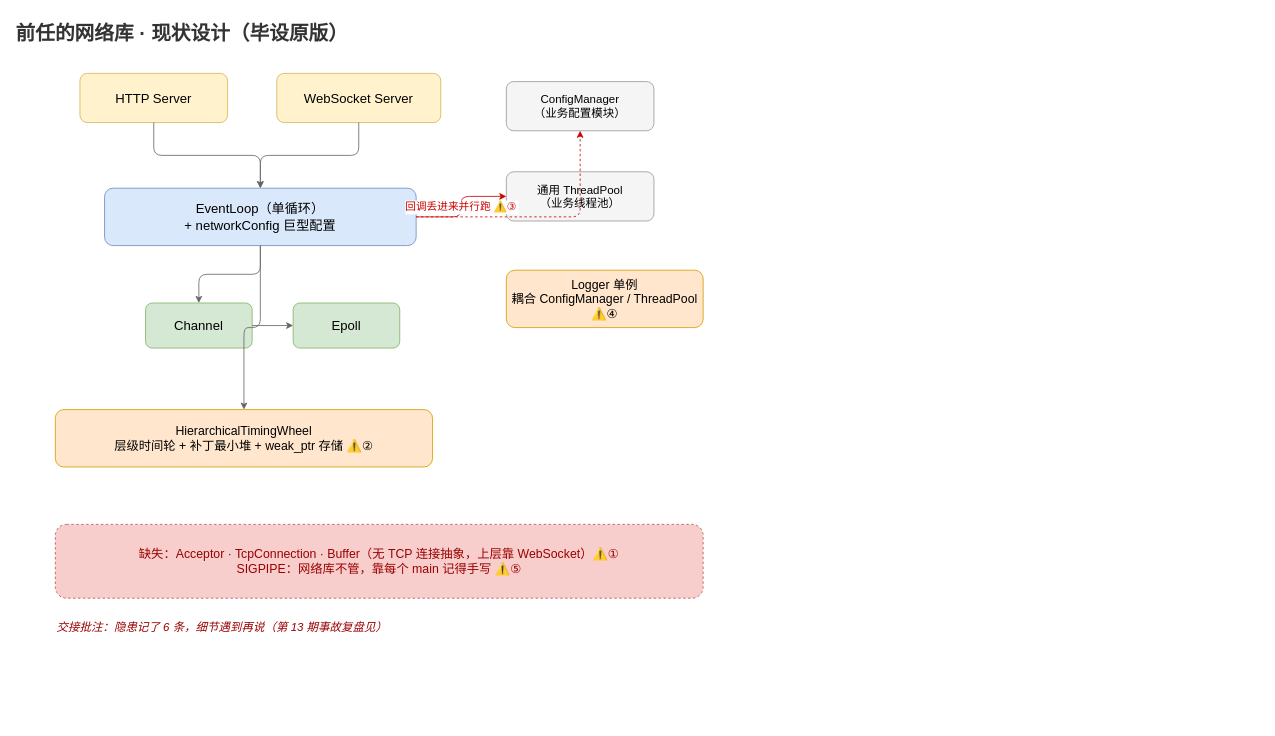
This is docs/episodes/ep01/current_design.drawio from x-PiXiu/Sightline, a draw.io file, before an edit. Source tidied: cells renumbered, new cells numbered last; positions are measured from the earlier drawing's top-left corner, leaving out a move shared by most shapes. Both pictures are drawn from the tidied source at 82%, with x=0, y=0 at pixel (14, 16).
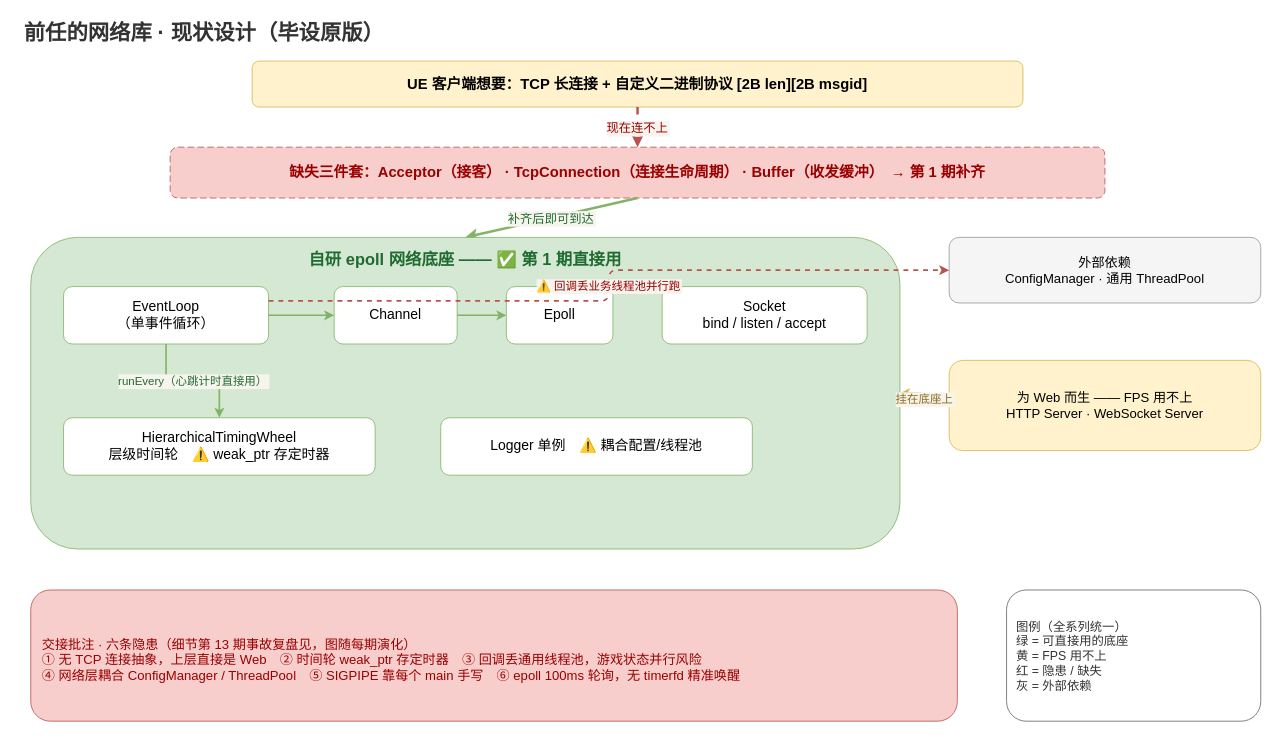
After the change.

Commit message (it also covers changes not shown here):
docs(ep01): 现状设计图定稿——毕设网络库上镜版

四色语义（全系列统一图例）：绿=可用底座 / 黄=FPS用不上 / 红=隐患缺失 / 灰=外部依赖
核心叙事：UE 连接路径自上而下撞上'缺失三件套'红墙——第 1 期补齐
六隐患便签呼应第 13 期事故复盘

Diff of the diagram source:
```diff
@@
-    <mxCell id="2" value="前任的网络库 · 现状设计（毕设原版）" style="text;fontSize=24;fontStyle=1;fontColor=#333333;align=left;" parent="1" vertex="1">
-      <mxGeometry width="700" height="40" as="geometry" />
+    <mxCell id="2" value="前任的网络库 · 现状设计（毕设原版）" style="text;fontSize=26;fontStyle=1;fontColor=#333333;align=left;" parent="1" vertex="1">
+      <mxGeometry x="10" y="-2" width="800" height="40" as="geometry" />
     </mxCell>
-    <mxCell id="3" value="HTTP Server" style="rounded=1;whiteSpace=wrap;fillColor=#fff2cc;strokeColor=#d6b656;fontSize=16;" parent="1" vertex="1">
-      <mxGeometry x="80" y="70" width="180" height="60" as="geometry" />
-    </mxCell>
-    <mxCell id="4" value="WebSocket Server" style="rounded=1;whiteSpace=wrap;fillColor=#fff2cc;strokeColor=#d6b656;fontSize=16;" parent="1" vertex="1">
-      <mxGeometry x="320" y="70" width="200" height="60" as="geometry" />
-    </mxCell>
+    <mxCell id="21" value="UE 客户端想要：TCP 长连接 + 自定义二进制协议 [2B len][2B msgid]" style="rounded=1;whiteSpace=wrap;fillColor=#fff2cc;strokeColor=#d6b656;fontSize=18;fontStyle=1;" parent="1" vertex="1">
+      <mxGeometry x="290" y="55" width="940" height="56" as="geometry" />
+    </mxCell>
+    <mxCell id="22" value="现在连不上" style="edgeStyle=none;strokeColor=#b85450;strokeWidth=3;fontSize=15;fontColor=#990000;dashed=1;verticalAlign=middle;labelBackgroundColor=#f7f4ee;exitX=0.5;exitY=1;entryX=0.5;entryY=0;" parent="1" edge="1" source="21" target="23">
+      <mxGeometry relative="1" as="geometry" />
+    </mxCell>
+    <mxCell id="23" value="缺失三件套：Acceptor（接客） · TcpConnection（连接生命周期） · Buffer（收发缓冲）　→ 第 1 期补齐" style="rounded=1;whiteSpace=wrap;fillColor=#f8cecc;strokeColor=#b85450;fontSize=18;fontStyle=1;fontColor=#990000;dashed=1;dashPattern=8 4;" parent="1" vertex="1">
+      <mxGeometry x="190" y="160" width="1140" height="62" as="geometry" />
+    </mxCell>
+    <mxCell id="24" value="补齐后即可到达" style="edgeStyle=none;strokeColor=#82b366;strokeWidth=3;fontSize=15;fontColor=#1f6b30;labelBackgroundColor=#f7f4ee;exitX=0.5;exitY=1;entryX=0.5;entryY=0;" parent="1" edge="1" source="23" target="25">
+      <mxGeometry relative="1" as="geometry" />
+    </mxCell>
+    <mxCell id="25" value="自研 epoll 网络底座 —— ✅ 第 1 期直接用" style="rounded=1;whiteSpace=wrap;fillColor=#d5e8d4;strokeColor=#82b366;fontSize=20;fontStyle=1;fontColor=#1f6b30;verticalAlign=top;spacingTop=8;" parent="1" vertex="1">
+      <mxGeometry x="20" y="270" width="1060" height="380" as="geometry" />
+    </mxCell>
-    <mxCell id="5" value="EventLoop（单循环）&#10;+ networkConfig 巨型配置" style="rounded=1;whiteSpace=wrap;fillColor=#dae8fc;strokeColor=#6c8ebf;fontSize=16;" parent="1" vertex="1">
-      <mxGeometry x="110" y="210" width="380" height="70" as="geometry" />
+    <mxCell id="5" value="EventLoop&#10;（单事件循环）" style="rounded=1;whiteSpace=wrap;fillColor=#ffffff;strokeColor=#82b366;fontSize=17;" parent="1" vertex="1">
+      <mxGeometry x="60" y="330" width="250" height="70" as="geometry" />
     </mxCell>
-    <mxCell id="6" value="ConfigManager&#10;（业务配置模块）" style="rounded=1;whiteSpace=wrap;fillColor=#f5f5f5;strokeColor=#999999;fontSize=14;" parent="1" vertex="1">
-      <mxGeometry x="600" y="80" width="180" height="60" as="geometry" />
-    </mxCell>
-    <mxCell id="7" value="通用 ThreadPool&#10;（业务线程池）" style="rounded=1;whiteSpace=wrap;fillColor=#f5f5f5;strokeColor=#999999;fontSize=14;" parent="1" vertex="1">
-      <mxGeometry x="600" y="190" width="180" height="60" as="geometry" />
-    </mxCell>
+    <mxCell id="12" value="Channel" style="rounded=1;whiteSpace=wrap;fillColor=#ffffff;strokeColor=#82b366;fontSize=17;" parent="1" vertex="1">
+      <mxGeometry x="390" y="330" width="150" height="70" as="geometry" />
+    </mxCell>
+    <mxCell id="13" value="Epoll" style="rounded=1;whiteSpace=wrap;fillColor=#ffffff;strokeColor=#82b366;fontSize=17;" parent="1" vertex="1">
+      <mxGeometry x="600" y="330" width="130" height="70" as="geometry" />
+    </mxCell>
+    <mxCell id="26" value="Socket&#10;bind / listen / accept" style="rounded=1;whiteSpace=wrap;fillColor=#ffffff;strokeColor=#82b366;fontSize=17;" parent="1" vertex="1">
+      <mxGeometry x="790" y="330" width="250" height="70" as="geometry" />
+    </mxCell>
-    <mxCell id="8" style="edgeStyle=orthogonalEdgeStyle;strokeColor=#666666;" parent="1" edge="1" source="3" target="5">
+    <mxCell id="8" style="edgeStyle=orthogonalEdgeStyle;strokeColor=#82b366;strokeWidth=2;exitX=1;exitY=0.5;entryX=0;entryY=0.5;" parent="1" edge="1" source="5" target="12">
       <mxGeometry relative="1" as="geometry" />
     </mxCell>
-    <mxCell id="9" style="edgeStyle=orthogonalEdgeStyle;strokeColor=#666666;" parent="1" edge="1" source="4" target="5">
+    <mxCell id="9" style="edgeStyle=orthogonalEdgeStyle;strokeColor=#82b366;strokeWidth=2;exitX=1;exitY=0.5;entryX=0;entryY=0.5;" parent="1" edge="1" source="12" target="13">
       <mxGeometry relative="1" as="geometry" />
     </mxCell>
+    <mxCell id="16" value="HierarchicalTimingWheel&#10;层级时间轮　⚠️ weak_ptr 存定时器" style="rounded=1;whiteSpace=wrap;fillColor=#ffffff;strokeColor=#82b366;fontSize=17;" parent="1" vertex="1">
+      <mxGeometry x="60" y="490" width="380" height="70" as="geometry" />
+    </mxCell>
+    <mxCell id="18" value="Logger 单例　⚠️ 耦合配置/线程池" style="rounded=1;whiteSpace=wrap;fillColor=#ffffff;strokeColor=#82b366;fontSize=17;" parent="1" vertex="1">
+      <mxGeometry x="520" y="490" width="380" height="70" as="geometry" />
+    </mxCell>
-    <mxCell id="10" style="edgeStyle=orthogonalEdgeStyle;strokeColor=#cc0000;dashed=1;" parent="1" edge="1" source="5" target="6">
+    <mxCell id="10" value="runEvery（心跳计时直接用）" style="edgeStyle=orthogonalEdgeStyle;strokeColor=#82b366;strokeWidth=2;fontSize=14;fontColor=#1f6b30;exitX=0.5;exitY=1;entryX=0.5;entryY=0;labelBackgroundColor=#f7f4ee;" parent="1" edge="1" source="5" target="16">
       <mxGeometry relative="1" as="geometry" />
     </mxCell>
+    <mxCell id="27" value="外部依赖&#10;ConfigManager · 通用 ThreadPool" style="rounded=1;whiteSpace=wrap;fillColor=#f5f5f5;strokeColor=#999999;fontSize=16;" parent="1" vertex="1">
+      <mxGeometry x="1140" y="270" width="380" height="80" as="geometry" />
+    </mxCell>
+    <mxCell id="28" value="为 Web 而生 —— FPS 用不上&#10;HTTP Server · WebSocket Server" style="rounded=1;whiteSpace=wrap;fillColor=#fff2cc;strokeColor=#d6b656;fontSize=16;" parent="1" vertex="1">
+      <mxGeometry x="1140" y="420" width="380" height="110" as="geometry" />
+    </mxCell>
-    <mxCell id="11" value="回调丢进来并行跑 ⚠️③" style="edgeStyle=orthogonalEdgeStyle;strokeColor=#cc0000;fontSize=13;fontColor=#cc0000;" parent="1" edge="1" source="5" target="7">
+    <mxCell id="11" value="⚠️ 回调丢业务线程池并行跑" style="edgeStyle=orthogonalEdgeStyle;strokeColor=#b85450;dashed=1;strokeWidth=2;fontSize=14;fontColor=#990000;exitX=1;exitY=0.25;entryX=0;entryY=0.5;labelBackgroundColor=#f7f4ee;" parent="1" edge="1" source="5" target="27">
       <mxGeometry relative="1" as="geometry" />
     </mxCell>
-    <mxCell id="12" value="Channel" style="rounded=1;whiteSpace=wrap;fillColor=#d5e8d4;strokeColor=#82b366;fontSize=16;" parent="1" vertex="1">
-      <mxGeometry x="160" y="350" width="130" height="55" as="geometry" />
-    </mxCell>
-    <mxCell id="13" value="Epoll" style="rounded=1;whiteSpace=wrap;fillColor=#d5e8d4;strokeColor=#82b366;fontSize=16;" parent="1" vertex="1">
-      <mxGeometry x="340" y="350" width="130" height="55" as="geometry" />
-    </mxCell>
-    <mxCell id="14" style="edgeStyle=orthogonalEdgeStyle;strokeColor=#666666;" parent="1" edge="1" source="5" target="12">
+    <mxCell id="14" value="挂在底座上" style="edgeStyle=orthogonalEdgeStyle;strokeColor=#d6b656;strokeWidth=2;fontSize=14;fontColor=#8a6d1a;exitX=0;exitY=0.5;entryX=1;entryY=0.5;labelBackgroundColor=#f7f4ee;" parent="1" edge="1" source="28" target="25">
       <mxGeometry relative="1" as="geometry" />
     </mxCell>
-    <mxCell id="15" style="edgeStyle=orthogonalEdgeStyle;strokeColor=#666666;" parent="1" edge="1" source="12" target="13">
-      <mxGeometry relative="1" as="geometry" />
-    </mxCell>
-    <mxCell id="16" value="HierarchicalTimingWheel&#10;层级时间轮 + 补丁最小堆 + weak_ptr 存储 ⚠️②" style="rounded=1;whiteSpace=wrap;fillColor=#ffe6cc;strokeColor=#d79b00;fontSize=15;" parent="1" vertex="1">
-      <mxGeometry x="50" y="480" width="460" height="70" as="geometry" />
-    </mxCell>
-    <mxCell id="17" style="edgeStyle=orthogonalEdgeStyle;strokeColor=#666666;" parent="1" edge="1" source="5" target="16">
-      <mxGeometry relative="1" as="geometry" />
-    </mxCell>
-    <mxCell id="18" value="Logger 单例&#10;耦合 ConfigManager / ThreadPool ⚠️④" style="rounded=1;whiteSpace=wrap;fillColor=#ffe6cc;strokeColor=#d79b00;fontSize=15;" parent="1" vertex="1">
-      <mxGeometry x="600" y="310" width="240" height="70" as="geometry" />
-    </mxCell>
-    <mxCell id="19" value="缺失：Acceptor · TcpConnection · Buffer（无 TCP 连接抽象，上层靠 WebSocket）⚠️①&#10;SIGPIPE：网络库不管，靠每个 main 记得手写 ⚠️⑤" style="rounded=1;whiteSpace=wrap;fillColor=#f8cecc;strokeColor=#b85450;fontSize=15;fontColor=#990000;dashed=1;" parent="1" vertex="1">
-      <mxGeometry x="50" y="620" width="790" height="90" as="geometry" />
-    </mxCell>
-    <mxCell id="20" value="交接批注：隐患记了 6 条，细节遇到再说（第 13 期事故复盘见）" style="text;fontSize=14;fontColor=#990000;fontStyle=2;align=left;" parent="1" vertex="1">
-      <mxGeometry x="50" y="730" width="700" height="30" as="geometry" />
-    </mxCell>
+    <mxCell id="29" value="交接批注 · 六条隐患（细节第 13 期事故复盘见，图随每期演化）&#10;① 无 TCP 连接抽象，上层直接是 Web　② 时间轮 weak_ptr 存定时器　③ 回调丢通用线程池，游戏状态并行风险&#10;④ 网络层耦合 ConfigManager / ThreadPool　⑤ SIGPIPE 靠每个 main 手写　⑥ epoll 100ms 轮询，无 timerfd 精准唤醒" style="rounded=1;whiteSpace=wrap;fillColor=#f8cecc;strokeColor=#b85450;fontSize=16;fontColor=#990000;align=left;spacing=14;spacingTop=10;" parent="1" vertex="1">
+      <mxGeometry x="20" y="700" width="1130" height="160" as="geometry" />
+    </mxCell>
+    <mxCell id="30" value="图例（全系列统一）&#10;绿 = 可直接用的底座&#10;黄 = FPS 用不上&#10;红 = 隐患 / 缺失&#10;灰 = 外部依赖" style="rounded=1;whiteSpace=wrap;fillColor=#ffffff;strokeColor=#666666;fontSize=15;fontColor=#333333;align=left;spacing=12;" parent="1" vertex="1">
+      <mxGeometry x="1210" y="700" width="310" height="160" as="geometry" />
+    </mxCell>
```
